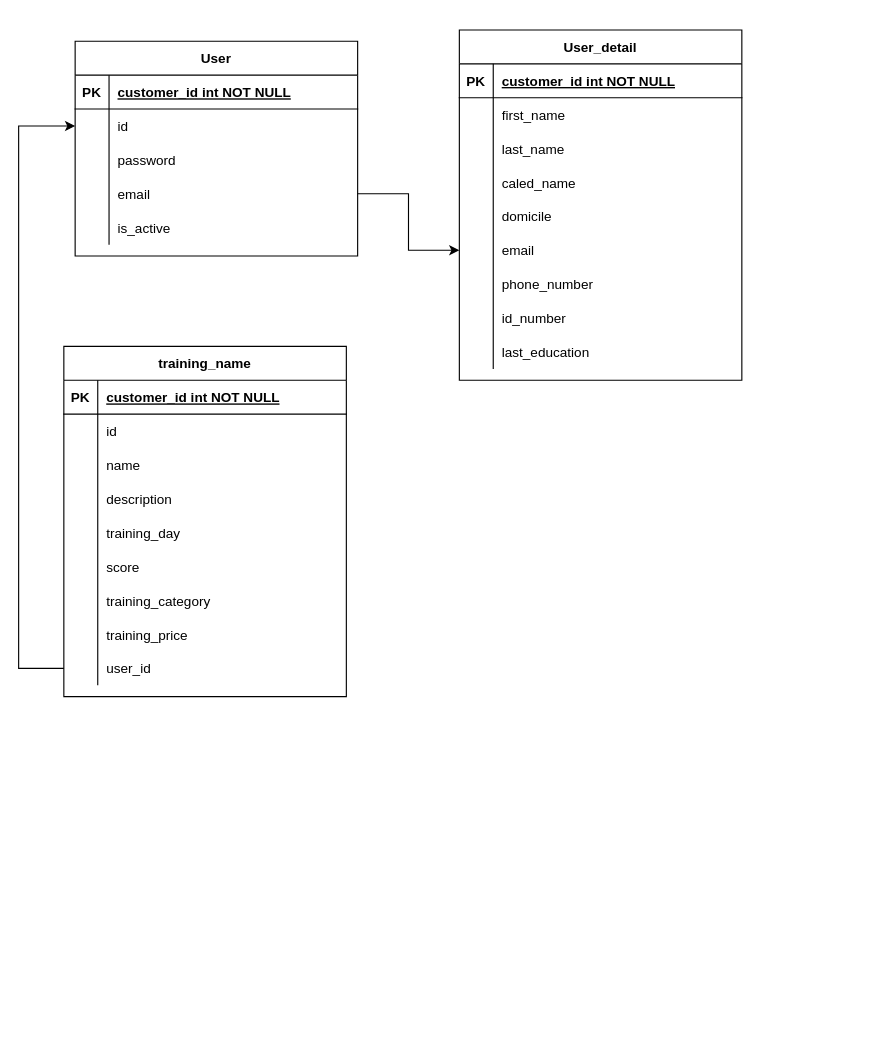
The draw.io diagram Diagram Tanpa Judul.drawio in faisal0901/etentity, before the edit. Source tidied: cells renumbered, new cells numbered last; positions are measured from the earlier drawing's top-left corner, leaving out a move shared by most shapes. Both pictures are drawn from the tidied source at 113%, with x=0, y=0 at pixel (18, 29).
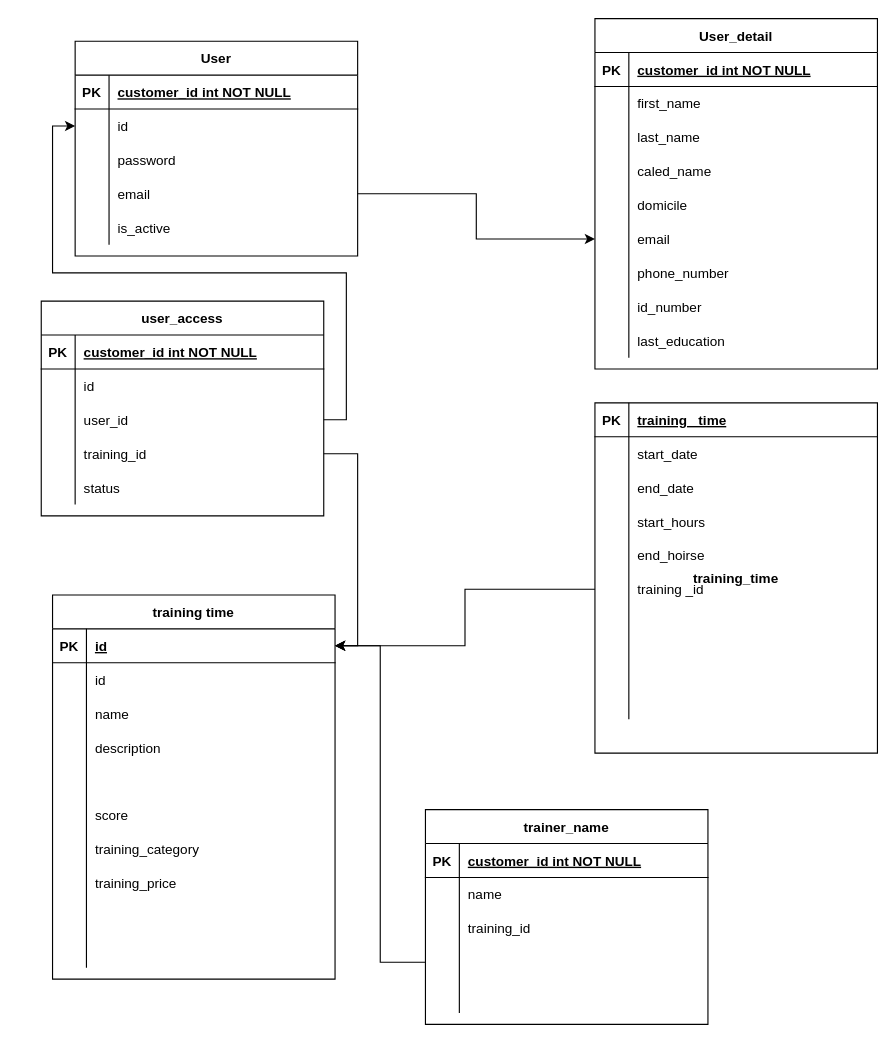
The same page after the edit.

Commit message:
enigma pintar

The change refers to these unchanged cells:
```xml
<mxCell id="6" style="shape=partialRectangle;fillColor=none;points=[[0,0.5],[1,0.5]];portConstraint=eastwest;top=0;left=0;right=0;bottom=0;" parent="2" vertex="1">
  <mxGeometry y="60" width="250" height="30" as="geometry" />
</mxCell>
<mxCell id="47" style="shape=partialRectangle;fillColor=none;points=[[0,0.5],[1,0.5]];portConstraint=eastwest;top=0;left=0;right=0;bottom=1;" parent="46" vertex="1">
  <mxGeometry y="30" width="250" height="30" as="geometry" />
</mxCell>
<mxCell id="59" style="shape=partialRectangle;fillColor=none;top=0;left=0;right=0;bottom=0;" parent="46" vertex="1">
  <mxGeometry y="150" width="250" height="30" as="geometry" />
</mxCell>
<mxCell id="71" style="shape=partialRectangle;fillColor=none;points=[[0,0.5],[1,0.5]];portConstraint=eastwest;top=0;left=0;right=0;bottom=0;" parent="46" vertex="1">
  <mxGeometry y="270" width="250" height="30" as="geometry" />
</mxCell>
```

What changed in the source:
```diff
@@
     <mxCell id="18" value="User_detail" style="shape=table;startSize=30;childLayout=tableLayout;rowLines=0;fontStyle=1;align=center;" parent="1" vertex="1">
-      <mxGeometry x="390" width="250" height="310" as="geometry" />
+      <mxGeometry x="510" y="-10" width="250" height="310" as="geometry" />
     </mxCell>
@@
-    <mxCell id="46" value="training_name" style="shape=table;startSize=30;childLayout=tableLayout;rowLines=0;fontStyle=1;align=center;" parent="1" vertex="1">
-      <mxGeometry x="40" y="280" width="250" height="310" as="geometry" />
+    <mxCell id="46" value="training time" style="shape=table;startSize=30;childLayout=tableLayout;rowLines=0;fontStyle=1;align=center;" parent="1" vertex="1">
+      <mxGeometry x="30" y="500" width="250" height="340" as="geometry" />
     </mxCell>
@@
-    <mxCell id="49" value="customer_id int NOT NULL " style="shape=partialRectangle;overflow=hidden;fillColor=none;top=0;left=0;bottom=0;right=0;align=left;spacingLeft=6;fontStyle=5;" parent="47" vertex="1">
+    <mxCell id="49" value="id" style="shape=partialRectangle;overflow=hidden;fillColor=none;top=0;left=0;bottom=0;right=0;align=left;spacingLeft=6;fontStyle=5;" parent="47" vertex="1">
       <mxGeometry x="30" width="220" height="30" as="geometry" />
     </mxCell>
@@
-    <mxCell id="61" value="training_day" style="shape=partialRectangle;overflow=hidden;fillColor=none;top=0;left=0;bottom=0;right=0;align=left;spacingLeft=6;" parent="59" vertex="1">
+    <mxCell id="61" style="shape=partialRectangle;overflow=hidden;fillColor=none;top=0;left=0;bottom=0;right=0;align=left;spacingLeft=6;" parent="59" vertex="1">
       <mxGeometry x="30" width="220" height="30" as="geometry" />
     </mxCell>
@@
-    <mxCell id="73" value="user_id" style="shape=partialRectangle;overflow=hidden;fillColor=none;top=0;left=0;bottom=0;right=0;align=left;spacingLeft=6;" parent="71" vertex="1">
+    <mxCell id="73" style="shape=partialRectangle;overflow=hidden;fillColor=none;top=0;left=0;bottom=0;right=0;align=left;spacingLeft=6;" parent="71" vertex="1">
       <mxGeometry x="30" width="220" height="30" as="geometry" />
     </mxCell>
+    <mxCell id="76" style="shape=partialRectangle;fillColor=none;top=0;left=0;right=0;bottom=0;" parent="46" vertex="1">
+      <mxGeometry y="300" width="250" height="30" as="geometry" />
+    </mxCell>
+    <mxCell id="77" style="shape=partialRectangle;overflow=hidden;fillColor=none;top=0;left=0;bottom=0;right=0;" parent="76" vertex="1">
+      <mxGeometry width="30" height="30" as="geometry" />
+    </mxCell>
+    <mxCell id="78" style="shape=partialRectangle;overflow=hidden;fillColor=none;top=0;left=0;bottom=0;right=0;align=left;spacingLeft=6;" parent="76" vertex="1">
+      <mxGeometry x="30" width="220" height="30" as="geometry" />
+    </mxCell>
@@
-    <mxCell id="75" style="edgeStyle=orthogonalEdgeStyle;rounded=0;jettySize=auto;html=1;entryX=0;entryY=0.5;entryDx=0;entryDy=0;" parent="1" edge="1" source="71" target="6">
-      <mxGeometry relative="1" as="geometry">
-        <Array as="points">
-          <mxPoint y="565" />
-          <mxPoint y="85" />
-        </Array>
-      </mxGeometry>
-    </mxCell>
+    <mxCell id="79" value="training_time" style="shape=table;startSize=0;childLayout=tableLayout;rowLines=0;fontStyle=1;align=center;" parent="1" vertex="1">
+      <mxGeometry x="510" y="330" width="250" height="310" as="geometry" />
+    </mxCell>
+    <mxCell id="80" style="shape=partialRectangle;fillColor=none;top=0;left=0;right=0;bottom=1;" parent="79" vertex="1">
+      <mxGeometry width="250" height="30" as="geometry" />
+    </mxCell>
+    <mxCell id="81" value="PK" style="shape=partialRectangle;overflow=hidden;fillColor=none;top=0;left=0;bottom=0;right=0;fontStyle=1;" parent="80" vertex="1">
+      <mxGeometry width="30" height="30" as="geometry" />
+    </mxCell>
+    <mxCell id="82" value="training _time" style="shape=partialRectangle;overflow=hidden;fillColor=none;top=0;left=0;bottom=0;right=0;align=left;spacingLeft=6;fontStyle=5;" parent="80" vertex="1">
+      <mxGeometry x="30" width="220" height="30" as="geometry" />
+    </mxCell>
+    <mxCell id="83" style="shape=partialRectangle;fillColor=none;top=0;left=0;right=0;bottom=0;" parent="79" vertex="1">
+      <mxGeometry y="30" width="250" height="30" as="geometry" />
+    </mxCell>
+    <mxCell id="84" style="shape=partialRectangle;overflow=hidden;fillColor=none;top=0;left=0;bottom=0;right=0;" parent="83" vertex="1">
+      <mxGeometry width="30" height="30" as="geometry" />
+    </mxCell>
+    <mxCell id="85" value="start_date" style="shape=partialRectangle;overflow=hidden;fillColor=none;top=0;left=0;bottom=0;right=0;align=left;spacingLeft=6;" parent="83" vertex="1">
+      <mxGeometry x="30" width="220" height="30" as="geometry" />
+    </mxCell>
+    <mxCell id="86" style="shape=partialRectangle;fillColor=none;top=0;left=0;right=0;bottom=0;" parent="79" vertex="1">
+      <mxGeometry y="60" width="250" height="30" as="geometry" />
+    </mxCell>
+    <mxCell id="87" style="shape=partialRectangle;overflow=hidden;fillColor=none;top=0;left=0;bottom=0;right=0;" parent="86" vertex="1">
+      <mxGeometry width="30" height="30" as="geometry" />
+    </mxCell>
+    <mxCell id="88" value="end_date" style="shape=partialRectangle;overflow=hidden;fillColor=none;top=0;left=0;bottom=0;right=0;align=left;spacingLeft=6;" parent="86" vertex="1">
+      <mxGeometry x="30" width="220" height="30" as="geometry" />
+    </mxCell>
+    <mxCell id="89" style="shape=partialRectangle;fillColor=none;top=0;left=0;right=0;bottom=0;" parent="79" vertex="1">
+      <mxGeometry y="90" width="250" height="30" as="geometry" />
+    </mxCell>
+    <mxCell id="90" style="shape=partialRectangle;overflow=hidden;fillColor=none;top=0;left=0;bottom=0;right=0;" parent="89" vertex="1">
+      <mxGeometry width="30" height="30" as="geometry" />
+    </mxCell>
+    <mxCell id="91" value="start_hours" style="shape=partialRectangle;overflow=hidden;fillColor=none;top=0;left=0;bottom=0;right=0;align=left;spacingLeft=6;" parent="89" vertex="1">
+      <mxGeometry x="30" width="220" height="30" as="geometry" />
+    </mxCell>
+    <mxCell id="92" style="shape=partialRectangle;fillColor=none;top=0;left=0;right=0;bottom=0;" parent="79" vertex="1">
+      <mxGeometry y="120" width="250" height="30" as="geometry" />
+    </mxCell>
+    <mxCell id="93" style="shape=partialRectangle;overflow=hidden;fillColor=none;top=0;left=0;bottom=0;right=0;" parent="92" vertex="1">
+      <mxGeometry width="30" height="30" as="geometry" />
+    </mxCell>
+    <mxCell id="94" value="end_hoirse" style="shape=partialRectangle;overflow=hidden;fillColor=none;top=0;left=0;bottom=0;right=0;align=left;spacingLeft=6;" parent="92" vertex="1">
+      <mxGeometry x="30" width="220" height="30" as="geometry" />
+    </mxCell>
+    <mxCell id="95" style="shape=partialRectangle;fillColor=none;points=[[0,0.5],[1,0.5]];portConstraint=eastwest;top=0;left=0;right=0;bottom=0;" parent="79" vertex="1">
+      <mxGeometry y="150" width="250" height="30" as="geometry" />
+    </mxCell>
+    <mxCell id="96" style="shape=partialRectangle;overflow=hidden;fillColor=none;top=0;left=0;bottom=0;right=0;" parent="95" vertex="1">
+      <mxGeometry width="30" height="30" as="geometry" />
+    </mxCell>
+    <mxCell id="97" value="training _id" style="shape=partialRectangle;overflow=hidden;fillColor=none;top=0;left=0;bottom=0;right=0;align=left;spacingLeft=6;" parent="95" vertex="1">
+      <mxGeometry x="30" width="220" height="30" as="geometry" />
+    </mxCell>
+    <mxCell id="98" style="shape=partialRectangle;fillColor=none;top=0;left=0;right=0;bottom=0;" parent="79" vertex="1">
+      <mxGeometry y="180" width="250" height="40" as="geometry" />
+    </mxCell>
+    <mxCell id="99" style="shape=partialRectangle;overflow=hidden;fillColor=none;top=0;left=0;bottom=0;right=0;" parent="98" vertex="1">
+      <mxGeometry width="30" height="40" as="geometry" />
+    </mxCell>
+    <mxCell id="100" style="shape=partialRectangle;overflow=hidden;fillColor=none;top=0;left=0;bottom=0;right=0;align=left;spacingLeft=6;" parent="98" vertex="1">
+      <mxGeometry x="30" width="220" height="40" as="geometry" />
+    </mxCell>
+    <mxCell id="101" style="shape=partialRectangle;fillColor=none;top=0;left=0;right=0;bottom=0;" parent="79" vertex="1">
+      <mxGeometry y="220" width="250" height="30" as="geometry" />
+    </mxCell>
+    <mxCell id="102" style="shape=partialRectangle;overflow=hidden;fillColor=none;top=0;left=0;bottom=0;right=0;" parent="101" vertex="1">
+      <mxGeometry width="30" height="30" as="geometry" />
+    </mxCell>
+    <mxCell id="103" style="shape=partialRectangle;overflow=hidden;fillColor=none;top=0;left=0;bottom=0;right=0;align=left;spacingLeft=6;" parent="101" vertex="1">
+      <mxGeometry x="30" width="220" height="30" as="geometry" />
+    </mxCell>
+    <mxCell id="104" style="shape=partialRectangle;fillColor=none;top=0;left=0;right=0;bottom=0;" parent="79" vertex="1">
+      <mxGeometry y="250" width="250" height="30" as="geometry" />
+    </mxCell>
+    <mxCell id="105" style="shape=partialRectangle;overflow=hidden;fillColor=none;top=0;left=0;bottom=0;right=0;" parent="104" vertex="1">
+      <mxGeometry width="30" height="30" as="geometry" />
+    </mxCell>
+    <mxCell id="106" style="shape=partialRectangle;overflow=hidden;fillColor=none;top=0;left=0;bottom=0;right=0;align=left;spacingLeft=6;" parent="104" vertex="1">
+      <mxGeometry x="30" width="220" height="30" as="geometry" />
+    </mxCell>
+    <mxCell id="107" value="trainer_name" style="shape=table;startSize=30;childLayout=tableLayout;rowLines=0;fontStyle=1;align=center;" parent="1" vertex="1">
+      <mxGeometry x="360" y="690" width="250" height="190" as="geometry" />
+    </mxCell>
+    <mxCell id="108" style="shape=partialRectangle;fillColor=none;top=0;left=0;right=0;bottom=1;" parent="107" vertex="1">
+      <mxGeometry y="30" width="250" height="30" as="geometry" />
+    </mxCell>
+    <mxCell id="109" value="PK" style="shape=partialRectangle;overflow=hidden;fillColor=none;top=0;left=0;bottom=0;right=0;fontStyle=1;" parent="108" vertex="1">
+      <mxGeometry width="30" height="30" as="geometry" />
+    </mxCell>
+    <mxCell id="110" value="customer_id int NOT NULL " style="shape=partialRectangle;overflow=hidden;fillColor=none;top=0;left=0;bottom=0;right=0;align=left;spacingLeft=6;fontStyle=5;" parent="108" vertex="1">
+      <mxGeometry x="30" width="220" height="30" as="geometry" />
+    </mxCell>
+    <mxCell id="111" style="shape=partialRectangle;fillColor=none;top=0;left=0;right=0;bottom=0;" parent="107" vertex="1">
+      <mxGeometry y="60" width="250" height="30" as="geometry" />
+    </mxCell>
+    <mxCell id="112" style="shape=partialRectangle;overflow=hidden;fillColor=none;top=0;left=0;bottom=0;right=0;" parent="111" vertex="1">
+      <mxGeometry width="30" height="30" as="geometry" />
+    </mxCell>
+    <mxCell id="113" value="name" style="shape=partialRectangle;overflow=hidden;fillColor=none;top=0;left=0;bottom=0;right=0;align=left;spacingLeft=6;" parent="111" vertex="1">
+      <mxGeometry x="30" width="220" height="30" as="geometry" />
+    </mxCell>
+    <mxCell id="114" style="shape=partialRectangle;fillColor=none;top=0;left=0;right=0;bottom=0;" parent="107" vertex="1">
+      <mxGeometry y="90" width="250" height="30" as="geometry" />
+    </mxCell>
+    <mxCell id="115" style="shape=partialRectangle;overflow=hidden;fillColor=none;top=0;left=0;bottom=0;right=0;" parent="114" vertex="1">
+      <mxGeometry width="30" height="30" as="geometry" />
+    </mxCell>
+    <mxCell id="116" value="training_id" style="shape=partialRectangle;overflow=hidden;fillColor=none;top=0;left=0;bottom=0;right=0;align=left;spacingLeft=6;" parent="114" vertex="1">
+      <mxGeometry x="30" width="220" height="30" as="geometry" />
+    </mxCell>
+    <mxCell id="117" style="shape=partialRectangle;fillColor=none;points=[[0,0.5],[1,0.5]];portConstraint=eastwest;top=0;left=0;right=0;bottom=0;" parent="107" vertex="1">
+      <mxGeometry y="120" width="250" height="30" as="geometry" />
+    </mxCell>
+    <mxCell id="118" style="shape=partialRectangle;overflow=hidden;fillColor=none;top=0;left=0;bottom=0;right=0;" parent="117" vertex="1">
+      <mxGeometry width="30" height="30" as="geometry" />
+    </mxCell>
+    <mxCell id="119" style="shape=partialRectangle;overflow=hidden;fillColor=none;top=0;left=0;bottom=0;right=0;align=left;spacingLeft=6;" parent="117" vertex="1">
+      <mxGeometry x="30" width="220" height="30" as="geometry" />
+    </mxCell>
+    <mxCell id="120" style="shape=partialRectangle;fillColor=none;top=0;left=0;right=0;bottom=0;" parent="107" vertex="1">
+      <mxGeometry y="150" width="250" height="30" as="geometry" />
+    </mxCell>
+    <mxCell id="121" style="shape=partialRectangle;overflow=hidden;fillColor=none;top=0;left=0;bottom=0;right=0;" parent="120" vertex="1">
+      <mxGeometry width="30" height="30" as="geometry" />
+    </mxCell>
+    <mxCell id="122" style="shape=partialRectangle;overflow=hidden;fillColor=none;top=0;left=0;bottom=0;right=0;align=left;spacingLeft=6;" parent="120" vertex="1">
+      <mxGeometry x="30" width="220" height="30" as="geometry" />
+    </mxCell>
+    <mxCell id="123" value="user_access" style="shape=table;startSize=30;childLayout=tableLayout;rowLines=0;fontStyle=1;align=center;" parent="1" vertex="1">
+      <mxGeometry x="20" y="240" width="250" height="190" as="geometry" />
+    </mxCell>
+    <mxCell id="124" style="shape=partialRectangle;fillColor=none;top=0;left=0;right=0;bottom=1;" parent="123" vertex="1">
+      <mxGeometry y="30" width="250" height="30" as="geometry" />
+    </mxCell>
+    <mxCell id="125" value="PK" style="shape=partialRectangle;overflow=hidden;fillColor=none;top=0;left=0;bottom=0;right=0;fontStyle=1;" parent="124" vertex="1">
+      <mxGeometry width="30" height="30" as="geometry" />
+    </mxCell>
+    <mxCell id="126" value="customer_id int NOT NULL " style="shape=partialRectangle;overflow=hidden;fillColor=none;top=0;left=0;bottom=0;right=0;align=left;spacingLeft=6;fontStyle=5;" parent="124" vertex="1">
+      <mxGeometry x="30" width="220" height="30" as="geometry" />
+    </mxCell>
+    <mxCell id="127" style="shape=partialRectangle;fillColor=none;top=0;left=0;right=0;bottom=0;" parent="123" vertex="1">
+      <mxGeometry y="60" width="250" height="30" as="geometry" />
+    </mxCell>
+    <mxCell id="128" style="shape=partialRectangle;overflow=hidden;fillColor=none;top=0;left=0;bottom=0;right=0;" parent="127" vertex="1">
+      <mxGeometry width="30" height="30" as="geometry" />
+    </mxCell>
+    <mxCell id="129" value="id" style="shape=partialRectangle;overflow=hidden;fillColor=none;top=0;left=0;bottom=0;right=0;align=left;spacingLeft=6;" parent="127" vertex="1">
+      <mxGeometry x="30" width="220" height="30" as="geometry" />
+    </mxCell>
+    <mxCell id="130" style="shape=partialRectangle;fillColor=none;points=[[0,0.5],[1,0.5]];portConstraint=eastwest;top=0;left=0;right=0;bottom=0;" parent="123" vertex="1">
+      <mxGeometry y="90" width="250" height="30" as="geometry" />
+    </mxCell>
+    <mxCell id="131" style="shape=partialRectangle;overflow=hidden;fillColor=none;top=0;left=0;bottom=0;right=0;" parent="130" vertex="1">
+      <mxGeometry width="30" height="30" as="geometry" />
+    </mxCell>
+    <mxCell id="132" value="user_id" style="shape=partialRectangle;overflow=hidden;fillColor=none;top=0;left=0;bottom=0;right=0;align=left;spacingLeft=6;" parent="130" vertex="1">
+      <mxGeometry x="30" width="220" height="30" as="geometry" />
+    </mxCell>
+    <mxCell id="133" style="shape=partialRectangle;fillColor=none;points=[[0,0.5],[1,0.5]];portConstraint=eastwest;top=0;left=0;right=0;bottom=0;" parent="123" vertex="1">
+      <mxGeometry y="120" width="250" height="30" as="geometry" />
+    </mxCell>
+    <mxCell id="134" style="shape=partialRectangle;overflow=hidden;fillColor=none;top=0;left=0;bottom=0;right=0;" parent="133" vertex="1">
+      <mxGeometry width="30" height="30" as="geometry" />
+    </mxCell>
+    <mxCell id="135" value="training_id" style="shape=partialRectangle;overflow=hidden;fillColor=none;top=0;left=0;bottom=0;right=0;align=left;spacingLeft=6;" parent="133" vertex="1">
+      <mxGeometry x="30" width="220" height="30" as="geometry" />
+    </mxCell>
+    <mxCell id="136" style="shape=partialRectangle;fillColor=none;top=0;left=0;right=0;bottom=0;" parent="123" vertex="1">
+      <mxGeometry y="150" width="250" height="30" as="geometry" />
+    </mxCell>
+    <mxCell id="137" style="shape=partialRectangle;overflow=hidden;fillColor=none;top=0;left=0;bottom=0;right=0;" parent="136" vertex="1">
+      <mxGeometry width="30" height="30" as="geometry" />
+    </mxCell>
+    <mxCell id="138" value="status" style="shape=partialRectangle;overflow=hidden;fillColor=none;top=0;left=0;bottom=0;right=0;align=left;spacingLeft=6;" parent="136" vertex="1">
+      <mxGeometry x="30" width="220" height="30" as="geometry" />
+    </mxCell>
+    <mxCell id="139" style="edgeStyle=orthogonalEdgeStyle;rounded=0;jettySize=auto;html=1;entryX=0;entryY=0.5;entryDx=0;entryDy=0;" parent="1" edge="1" source="130" target="6">
+      <mxGeometry relative="1" as="geometry" />
+    </mxCell>
+    <mxCell id="140" style="edgeStyle=orthogonalEdgeStyle;rounded=0;jettySize=auto;html=1;entryX=1;entryY=0.5;entryDx=0;entryDy=0;" parent="1" edge="1" source="133" target="47">
+      <mxGeometry relative="1" as="geometry" />
+    </mxCell>
+    <mxCell id="141" style="edgeStyle=orthogonalEdgeStyle;rounded=0;jettySize=auto;html=1;" parent="1" edge="1" source="117" target="47">
+      <mxGeometry relative="1" as="geometry" />
+    </mxCell>
+    <mxCell id="142" style="edgeStyle=orthogonalEdgeStyle;rounded=0;jettySize=auto;html=1;entryX=1;entryY=0.5;entryDx=0;entryDy=0;" parent="1" edge="1" source="95" target="47">
+      <mxGeometry relative="1" as="geometry" />
+    </mxCell>
```
